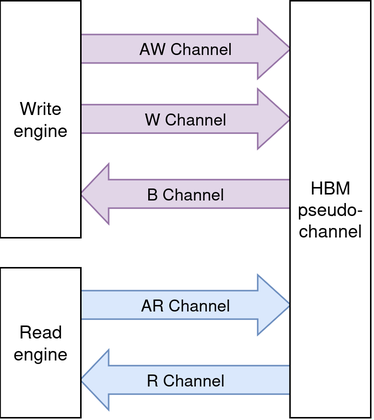
Above: img/axi_channel_split.png in rocaandreu/master-thesis (draw.io), before the change. Source tidied: cells renumbered, new cells last; positions are measured from the earlier drawing's top-left corner, leaving out a move shared by most shapes.
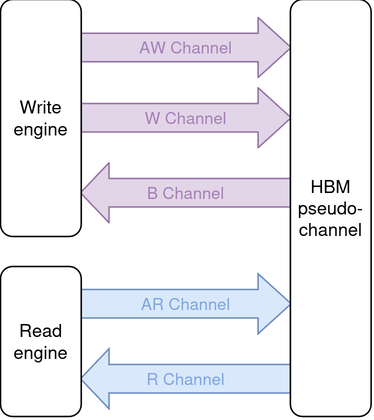
After the change.

What changed in the source:
```diff
@@ -2,43 +2,43 @@
   <root>
     <mxCell id="0" />
     <mxCell id="1" parent="0" />
-    <mxCell id="2" value="AW Channel" style="shape=flexArrow;endArrow=classic;html=1;rounded=0;width=19;endSize=7;fillColor=#e1d5e7;strokeColor=#9673a6;labelBackgroundColor=none;" parent="1" edge="1">
+    <mxCell id="2" value="AW Channel" style="shape=flexArrow;endArrow=classic;html=1;rounded=1;width=19;endSize=7;fillColor=#e1d5e7;strokeColor=#9673a6;labelBackgroundColor=none;curved=0;fontColor=#A680B8;" parent="1" edge="1">
       <mxGeometry relative="1" as="geometry">
         <mxPoint x="52.8" y="32" as="sourcePoint" />
         <mxPoint x="194" y="32" as="targetPoint" />
       </mxGeometry>
     </mxCell>
-    <mxCell id="3" value="W Channel" style="shape=flexArrow;endArrow=classic;html=1;rounded=0;width=19;endSize=7;fillColor=#e1d5e7;strokeColor=#9673a6;labelBackgroundColor=none;" parent="1" edge="1">
+    <mxCell id="3" value="W Channel" style="shape=flexArrow;endArrow=classic;html=1;rounded=1;width=19;endSize=7;fillColor=#e1d5e7;strokeColor=#9673a6;labelBackgroundColor=none;curved=0;fontColor=#A680B8;" parent="1" edge="1">
       <mxGeometry relative="1" as="geometry">
         <mxPoint x="52.8" y="78.8" as="sourcePoint" />
         <mxPoint x="194" y="78.8" as="targetPoint" />
       </mxGeometry>
     </mxCell>
-    <mxCell id="4" value="B Channel" style="shape=flexArrow;endArrow=none;html=1;rounded=0;width=19;endSize=7;endFill=0;startArrow=block;fillColor=#e1d5e7;strokeColor=#9673a6;labelBackgroundColor=none;" parent="1" edge="1">
+    <mxCell id="4" value="B Channel" style="shape=flexArrow;endArrow=none;html=1;rounded=1;width=19;endSize=7;endFill=0;startArrow=block;fillColor=#e1d5e7;strokeColor=#9673a6;labelBackgroundColor=none;curved=0;fontColor=#A680B8;" parent="1" edge="1">
       <mxGeometry relative="1" as="geometry">
         <mxPoint x="52.8" y="128.8" as="sourcePoint" />
         <mxPoint x="194" y="128.8" as="targetPoint" />
       </mxGeometry>
     </mxCell>
-    <mxCell id="5" value="AR Channel" style="shape=flexArrow;endArrow=classic;html=1;rounded=0;width=19;endSize=7;fillColor=#dae8fc;strokeColor=#6c8ebf;labelBackgroundColor=none;" parent="1" edge="1">
+    <mxCell id="5" value="AR Channel" style="shape=flexArrow;endArrow=classic;html=1;rounded=0;width=19;endSize=7;fillColor=#dae8fc;strokeColor=#6c8ebf;labelBackgroundColor=none;fontColor=#7EA6E0;" parent="1" edge="1">
       <mxGeometry relative="1" as="geometry">
         <mxPoint x="52.8" y="202.8" as="sourcePoint" />
         <mxPoint x="194" y="202.8" as="targetPoint" />
       </mxGeometry>
     </mxCell>
-    <mxCell id="6" value="R Channel" style="shape=flexArrow;endArrow=none;html=1;rounded=0;width=19;endSize=7;endFill=0;startArrow=block;fillColor=#dae8fc;strokeColor=#6c8ebf;labelBackgroundColor=none;" parent="1" edge="1">
+    <mxCell id="6" value="R Channel" style="shape=flexArrow;endArrow=none;html=1;rounded=0;width=19;endSize=7;endFill=0;startArrow=block;fillColor=#dae8fc;strokeColor=#6c8ebf;labelBackgroundColor=none;fontColor=#7EA6E0;" parent="1" edge="1">
       <mxGeometry relative="1" as="geometry">
         <mxPoint x="52.8" y="252.8" as="sourcePoint" />
         <mxPoint x="194" y="252.8" as="targetPoint" />
       </mxGeometry>
     </mxCell>
-    <mxCell id="7" value="HBM pseudo-channel" style="rounded=0;whiteSpace=wrap;html=1;" parent="1" vertex="1">
+    <mxCell id="7" value="HBM pseudo-channel" style="rounded=1;whiteSpace=wrap;html=1;" parent="1" vertex="1">
       <mxGeometry x="193" width="53.8" height="278" as="geometry" />
     </mxCell>
-    <mxCell id="8" value="Write engine" style="rounded=0;whiteSpace=wrap;html=1;" parent="1" vertex="1">
+    <mxCell id="8" value="Write engine" style="rounded=1;whiteSpace=wrap;html=1;" parent="1" vertex="1">
       <mxGeometry width="53.8" height="158" as="geometry" />
     </mxCell>
-    <mxCell id="9" value="Read engine" style="rounded=0;whiteSpace=wrap;html=1;" parent="1" vertex="1">
+    <mxCell id="9" value="Read engine" style="rounded=1;whiteSpace=wrap;html=1;" parent="1" vertex="1">
       <mxGeometry y="178" width="53.8" height="100" as="geometry" />
     </mxCell>
   </root>
```
